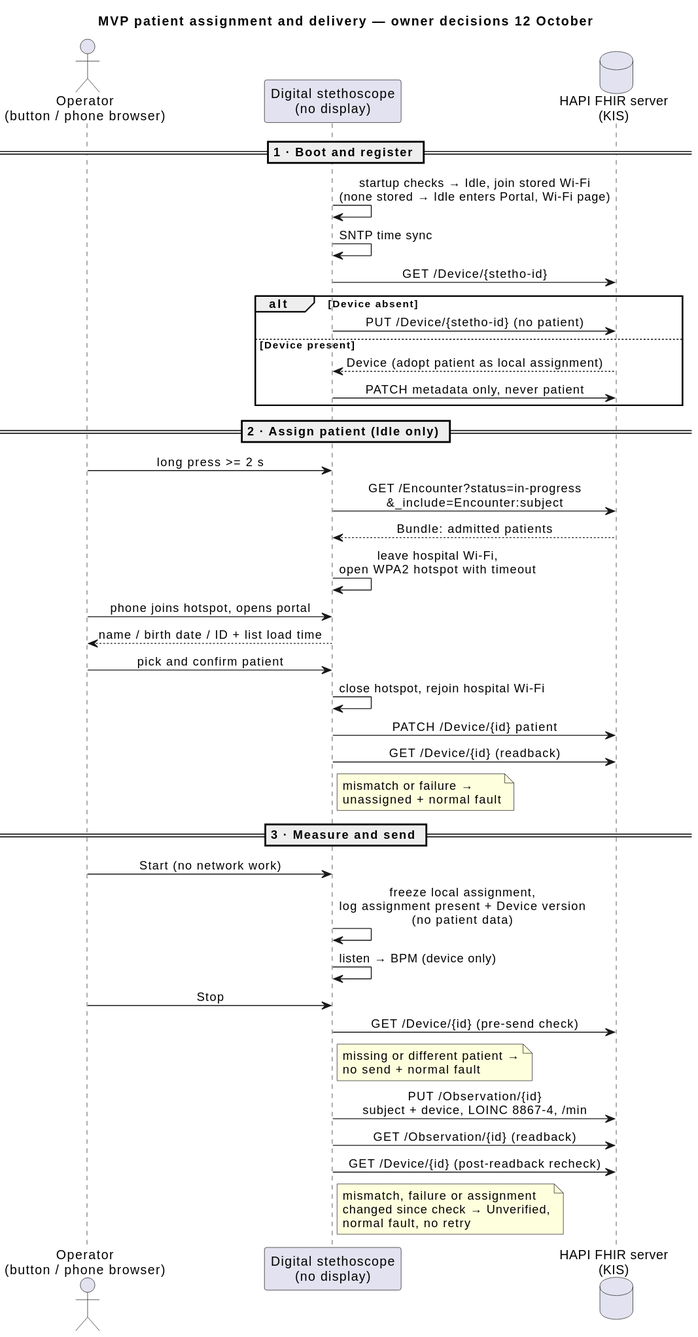
DemonicPsychoII/DigitalStethoscope keeps this PlantUML diagram as Development/system/architecture/rendered/patient_assignment_workflow.svg. Above is the earlier version.
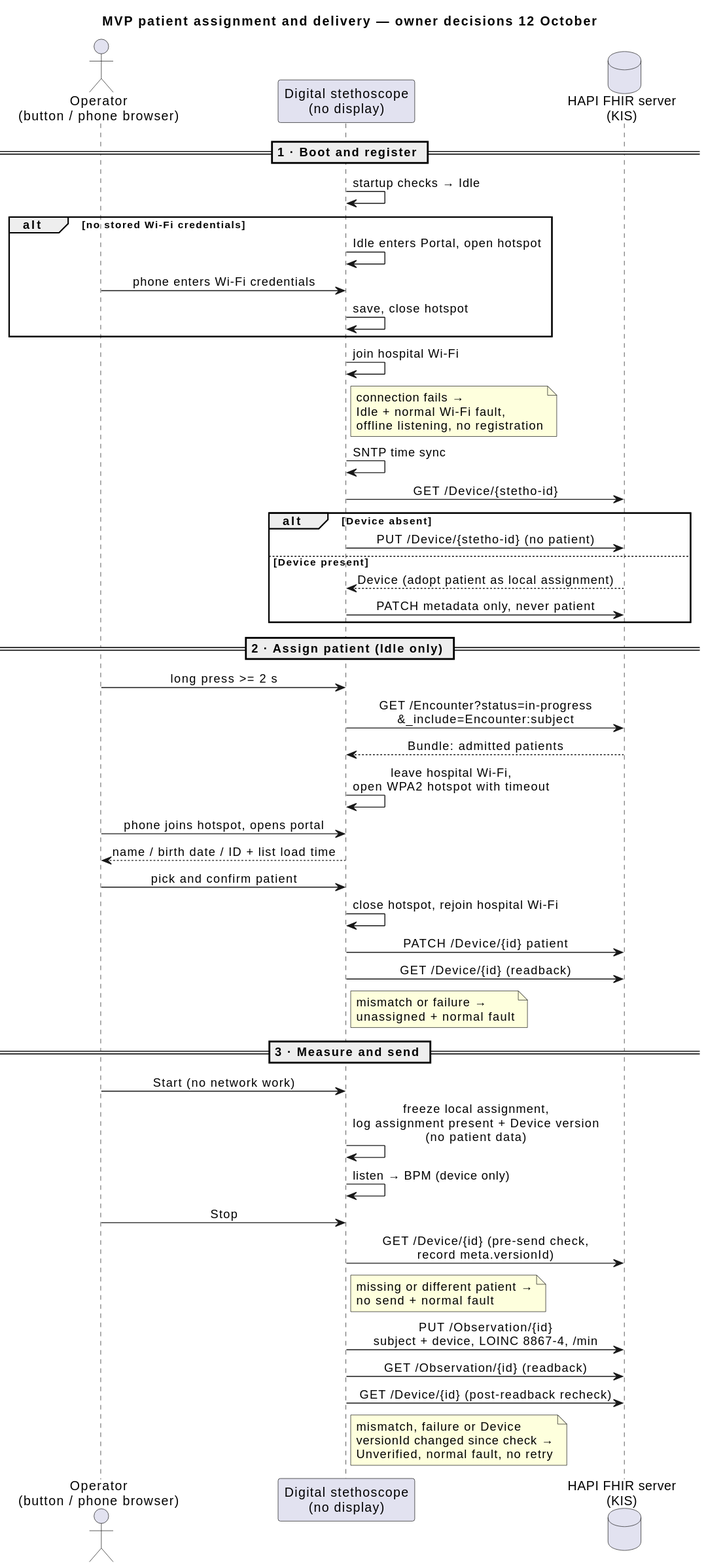
The same file after the commit.

Change to the diagram source:
```diff
@@ -8,7 +8,14 @@
 database "HAPI FHIR server\n(KIS)" as fhir
 
 == 1 · Boot and register ==
-dev -> dev : startup checks → Idle, join stored Wi-Fi\n(none stored → Idle enters Portal, Wi-Fi page)
+dev -> dev : startup checks → Idle
+alt no stored Wi-Fi credentials
+  dev -> dev : Idle enters Portal, open hotspot
+  op -> dev : phone enters Wi-Fi credentials
+  dev -> dev : save, close hotspot
+end
+dev -> dev : join hospital Wi-Fi
+note right of dev : connection fails →\nIdle + normal Wi-Fi fault,\noffline listening, no registration
 dev -> dev : SNTP time sync
 dev -> fhir : GET /Device/{stetho-id}
 alt Device absent
@@ -36,10 +43,10 @@
 dev -> dev : freeze local assignment,\nlog assignment present + Device version\n(no patient data)
 dev -> dev : listen → BPM (device only)
 op -> dev : Stop
-dev -> fhir : GET /Device/{id} (pre-send check)
+dev -> fhir : GET /Device/{id} (pre-send check,\nrecord meta.versionId)
 note right of dev : missing or different patient →\nno send + normal fault
 dev -> fhir : PUT /Observation/{id}\nsubject + device, LOINC 8867-4, /min
 dev -> fhir : GET /Observation/{id} (readback)
 dev -> fhir : GET /Device/{id} (post-readback recheck)
-note right of dev : mismatch, failure or assignment\nchanged since check → Unverified,\nnormal fault, no retry
+note right of dev : mismatch, failure or Device\nversionId changed since check →\nUnverified, normal fault, no retry
 @enduml
```
